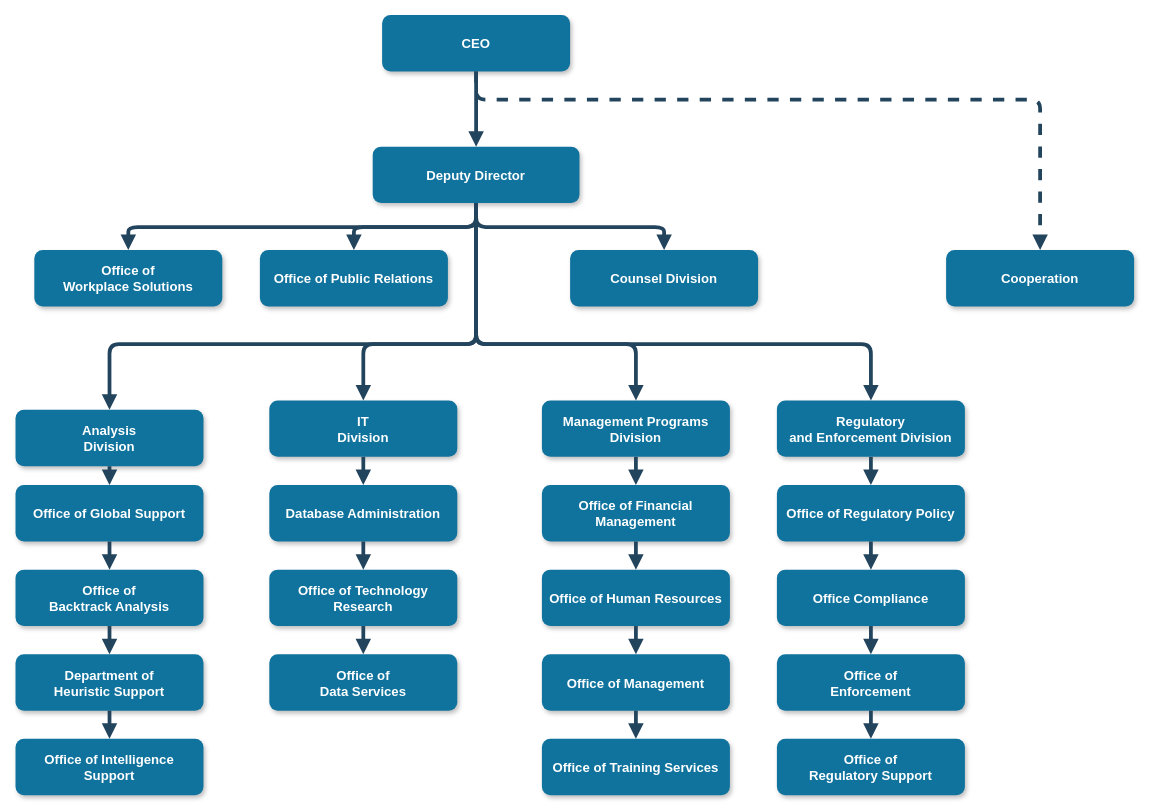
This is Diagrama sem nome.drawio from leitoraincomum/Repl.it, a draw.io file, before an edit. Source tidied: cells renumbered, new cells numbered last; positions are measured from the earlier drawing's top-left corner, leaving out a move shared by most shapes. Both pictures are drawn from the tidied source at 94%, with x=0, y=0 at pixel (15, 15).
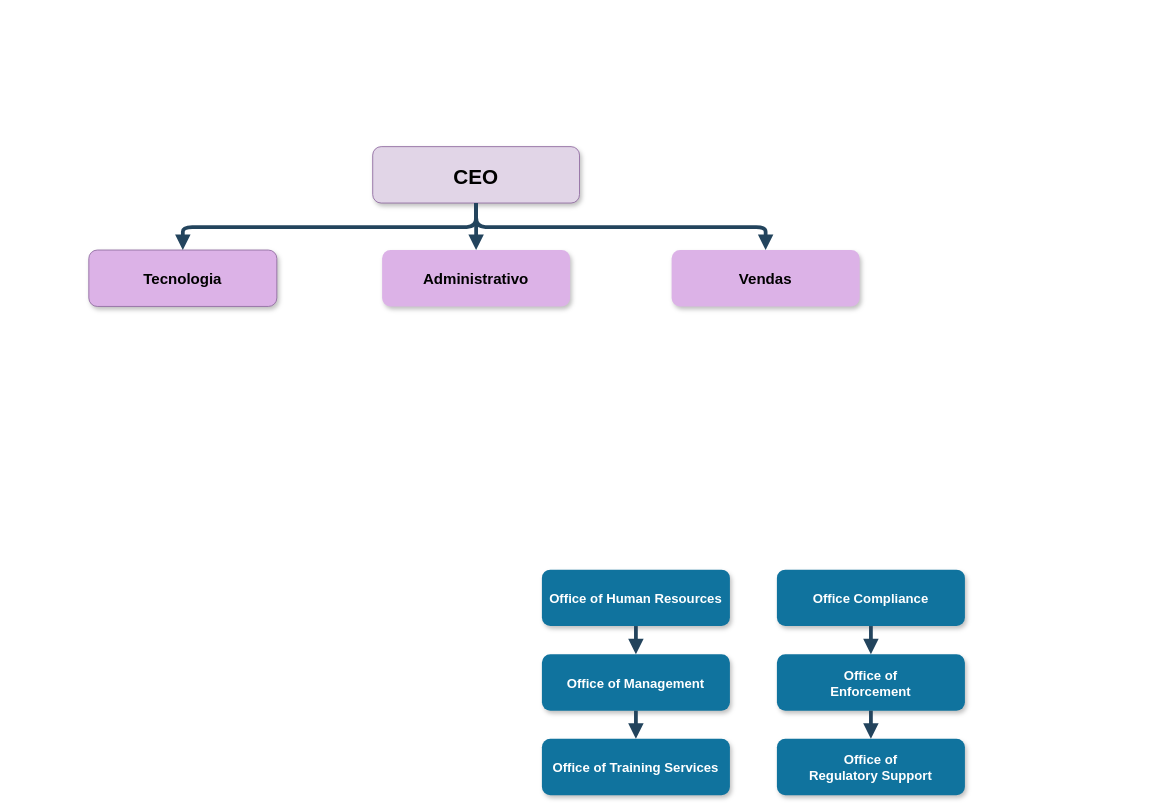
The same diagram, later.

The change refers to these unchanged cells:
```xml
<mxCell id="19" value="Office of Human Resources" style="rounded=1;fillColor=#10739E;strokeColor=none;shadow=1;gradientColor=none;fontStyle=1;fontColor=#FFFFFF;fontSize=14;" parent="1" vertex="1">
  <mxGeometry x="560" y="589.5" width="200" height="60" as="geometry" />
</mxCell>
<mxCell id="24" value="Office Compliance" style="rounded=1;fillColor=#10739E;strokeColor=none;shadow=1;gradientColor=none;fontStyle=1;fontColor=#FFFFFF;fontSize=14;" parent="1" vertex="1">
  <mxGeometry x="810" y="589.5" width="200" height="60" as="geometry" />
</mxCell>
```

What changed in the source:
```diff
@@
-    <mxCell id="2" value="CEO" style="rounded=1;fillColor=#10739E;strokeColor=none;shadow=1;gradientColor=none;fontStyle=1;fontColor=#FFFFFF;fontSize=14;" parent="1" vertex="1">
-      <mxGeometry x="390" y="-0.5" width="200" height="60" as="geometry" />
-    </mxCell>
-    <mxCell id="3" value="Deputy Director" style="rounded=1;fillColor=#10739E;strokeColor=none;shadow=1;gradientColor=none;fontStyle=1;fontColor=#FFFFFF;fontSize=14;" parent="1" vertex="1">
+    <mxCell id="3" value="CEO" style="rounded=1;fillColor=#e1d5e7;strokeColor=#9673a6;shadow=1;fontStyle=1;fontSize=22;verticalAlign=middle;" parent="1" vertex="1">
       <mxGeometry x="380" y="139.5" width="220" height="60" as="geometry" />
     </mxCell>
-    <mxCell id="4" value="Office of &#10;Workplace Solutions" style="rounded=1;fillColor=#10739E;strokeColor=none;shadow=1;gradientColor=none;fontStyle=1;fontColor=#FFFFFF;fontSize=14;" parent="1" vertex="1">
-      <mxGeometry x="20" y="249.5" width="200" height="60" as="geometry" />
+    <mxCell id="4" value="Tecnologia" style="rounded=1;fillColor=#DCB2E7;strokeColor=#9673a6;shadow=1;fontStyle=1;fontSize=16;" parent="1" vertex="1">
+      <mxGeometry x="78" y="249.5" width="200" height="60" as="geometry" />
     </mxCell>
-    <mxCell id="5" value="Office of Public Relations" style="rounded=1;fillColor=#10739E;strokeColor=none;shadow=1;gradientColor=none;fontStyle=1;fontColor=#FFFFFF;fontSize=14;" parent="1" vertex="1">
-      <mxGeometry x="260" y="249.5" width="200" height="60" as="geometry" />
+    <mxCell id="5" value="Administrativo" style="rounded=1;fillColor=#DCB2E7;strokeColor=none;shadow=1;gradientColor=none;fontStyle=1;fontColor=#000000;fontSize=16;" parent="1" vertex="1">
+      <mxGeometry x="390" y="249.5" width="200" height="60" as="geometry" />
     </mxCell>
-    <mxCell id="6" value="Counsel Division" style="rounded=1;fillColor=#10739E;strokeColor=none;shadow=1;gradientColor=none;fontStyle=1;fontColor=#FFFFFF;fontSize=14;" parent="1" vertex="1">
-      <mxGeometry x="590" y="249.5" width="200" height="60" as="geometry" />
+    <mxCell id="6" value="Vendas" style="rounded=1;fillColor=#DCB2E7;strokeColor=none;shadow=1;gradientColor=none;fontStyle=1;fontColor=#000000;fontSize=16;" parent="1" vertex="1">
+      <mxGeometry x="698" y="249.5" width="200" height="60" as="geometry" />
     </mxCell>
-    <mxCell id="7" value="Cooperation" style="rounded=1;fillColor=#10739E;strokeColor=none;shadow=1;gradientColor=none;fontStyle=1;fontColor=#FFFFFF;fontSize=14;" parent="1" vertex="1">
-      <mxGeometry x="990" y="249.5" width="200" height="60" as="geometry" />
-    </mxCell>
-    <mxCell id="8" value="Analysis &#10;Division" style="rounded=1;fillColor=#10739E;strokeColor=none;shadow=1;gradientColor=none;fontStyle=1;fontColor=#FFFFFF;fontSize=14;" parent="1" vertex="1">
-      <mxGeometry y="419.5" width="200" height="60" as="geometry" />
-    </mxCell>
-    <mxCell id="9" value="Office of Global Support" style="rounded=1;fillColor=#10739E;strokeColor=none;shadow=1;gradientColor=none;fontStyle=1;fontColor=#FFFFFF;fontSize=14;" parent="1" vertex="1">
-      <mxGeometry y="499.5" width="200" height="60" as="geometry" />
-    </mxCell>
-    <mxCell id="10" value="Office of &#10;Backtrack Analysis" style="rounded=1;fillColor=#10739E;strokeColor=none;shadow=1;gradientColor=none;fontStyle=1;fontColor=#FFFFFF;fontSize=14;" parent="1" vertex="1">
-      <mxGeometry y="589.5" width="200" height="60" as="geometry" />
-    </mxCell>
-    <mxCell id="11" value="Department of &#10;Heuristic Support" style="rounded=1;fillColor=#10739E;strokeColor=none;shadow=1;gradientColor=none;fontStyle=1;fontColor=#FFFFFF;fontSize=14;" parent="1" vertex="1">
-      <mxGeometry y="679.5" width="200" height="60" as="geometry" />
-    </mxCell>
-    <mxCell id="12" value="Office of Intelligence &#10;Support" style="rounded=1;fillColor=#10739E;strokeColor=none;shadow=1;gradientColor=none;fontStyle=1;fontColor=#FFFFFF;fontSize=14;" parent="1" vertex="1">
-      <mxGeometry y="769.5" width="200" height="60" as="geometry" />
-    </mxCell>
-    <mxCell id="13" value="IT&#10;Division" style="rounded=1;fillColor=#10739E;strokeColor=none;shadow=1;gradientColor=none;fontStyle=1;fontColor=#FFFFFF;fontSize=14;" parent="1" vertex="1">
-      <mxGeometry x="270" y="409.5" width="200" height="60" as="geometry" />
-    </mxCell>
-    <mxCell id="14" value="Database Administration" style="rounded=1;fillColor=#10739E;strokeColor=none;shadow=1;gradientColor=none;fontStyle=1;fontColor=#FFFFFF;fontSize=14;" parent="1" vertex="1">
-      <mxGeometry x="270" y="499.5" width="200" height="60" as="geometry" />
-    </mxCell>
-    <mxCell id="15" value="Office of Technology &#10;Research" style="rounded=1;fillColor=#10739E;strokeColor=none;shadow=1;gradientColor=none;fontStyle=1;fontColor=#FFFFFF;fontSize=14;" parent="1" vertex="1">
-      <mxGeometry x="270" y="589.5" width="200" height="60" as="geometry" />
-    </mxCell>
-    <mxCell id="16" value="Office of&#10;Data Services" style="rounded=1;fillColor=#10739E;strokeColor=none;shadow=1;gradientColor=none;fontStyle=1;fontColor=#FFFFFF;fontSize=14;" parent="1" vertex="1">
-      <mxGeometry x="270" y="679.5" width="200" height="60" as="geometry" />
-    </mxCell>
-    <mxCell id="17" value="Management Programs &#10;Division" style="rounded=1;fillColor=#10739E;strokeColor=none;shadow=1;gradientColor=none;fontStyle=1;fontColor=#FFFFFF;fontSize=14;" parent="1" vertex="1">
-      <mxGeometry x="560" y="409.5" width="200" height="60" as="geometry" />
-    </mxCell>
-    <mxCell id="18" value="Office of Financial &#10;Management" style="rounded=1;fillColor=#10739E;strokeColor=none;shadow=1;gradientColor=none;fontStyle=1;fontColor=#FFFFFF;fontSize=14;" parent="1" vertex="1">
-      <mxGeometry x="560" y="499.5" width="200" height="60" as="geometry" />
-    </mxCell>
@@
-    <mxCell id="22" value="Regulatory &#10;and Enforcement Division" style="rounded=1;fillColor=#10739E;strokeColor=none;shadow=1;gradientColor=none;fontStyle=1;fontColor=#FFFFFF;fontSize=14;" parent="1" vertex="1">
-      <mxGeometry x="810" y="409.5" width="200" height="60" as="geometry" />
-    </mxCell>
-    <mxCell id="23" value="Office of Regulatory Policy" style="rounded=1;fillColor=#10739E;strokeColor=none;shadow=1;gradientColor=none;fontStyle=1;fontColor=#FFFFFF;fontSize=14;" parent="1" vertex="1">
-      <mxGeometry x="810" y="499.5" width="200" height="60" as="geometry" />
-    </mxCell>
@@
-    <mxCell id="27" style="edgeStyle=elbowEdgeStyle;elbow=vertical;strokeWidth=4;endArrow=block;endFill=1;fontStyle=1;strokeColor=#23445D;" parent="1" edge="1" source="2" target="3">
-      <mxGeometry x="22" y="165.5" as="geometry" />
-    </mxCell>
@@
-    <mxCell id="31" style="edgeStyle=elbowEdgeStyle;elbow=vertical;strokeWidth=4;endArrow=block;endFill=1;fontStyle=1;dashed=1;strokeColor=#23445D;" parent="1" edge="1" source="2" target="7">
-      <mxGeometry x="22" y="165.5" as="geometry">
-        <Array as="points">
-          <mxPoint x="780" y="89.5" />
-        </Array>
-      </mxGeometry>
-    </mxCell>
-    <mxCell id="32" style="edgeStyle=elbowEdgeStyle;elbow=vertical;strokeWidth=4;endArrow=block;endFill=1;fontStyle=1;strokeColor=#23445D;" parent="1" edge="1" source="3" target="8">
-      <mxGeometry x="22" y="165.5" as="geometry">
-        <Array as="points">
-          <mxPoint x="270" y="349.5" />
-        </Array>
-      </mxGeometry>
-    </mxCell>
-    <mxCell id="33" style="edgeStyle=elbowEdgeStyle;elbow=vertical;strokeWidth=4;endArrow=block;endFill=1;fontStyle=1;strokeColor=#23445D;" parent="1" edge="1" source="3" target="22">
-      <mxGeometry x="22" y="165.5" as="geometry">
-        <Array as="points">
-          <mxPoint x="690" y="349.5" />
-        </Array>
-      </mxGeometry>
-    </mxCell>
-    <mxCell id="34" style="edgeStyle=elbowEdgeStyle;elbow=vertical;strokeWidth=4;endArrow=block;endFill=1;fontStyle=1;strokeColor=#23445D;" parent="1" edge="1" source="8" target="9">
-      <mxGeometry x="62" y="165.5" as="geometry" />
-    </mxCell>
-    <mxCell id="35" style="edgeStyle=elbowEdgeStyle;elbow=vertical;strokeWidth=4;endArrow=block;endFill=1;fontStyle=1;strokeColor=#23445D;" parent="1" edge="1" source="9" target="10">
-      <mxGeometry x="62" y="175.5" as="geometry" />
-    </mxCell>
-    <mxCell id="36" style="edgeStyle=elbowEdgeStyle;elbow=vertical;strokeWidth=4;endArrow=block;endFill=1;fontStyle=1;strokeColor=#23445D;" parent="1" edge="1" source="10" target="11">
-      <mxGeometry x="62" y="185.5" as="geometry" />
-    </mxCell>
-    <mxCell id="37" style="edgeStyle=elbowEdgeStyle;elbow=vertical;strokeWidth=4;endArrow=block;endFill=1;fontStyle=1;strokeColor=#23445D;" parent="1" edge="1" source="11" target="12">
-      <mxGeometry x="62" y="195.5" as="geometry" />
-    </mxCell>
-    <mxCell id="38" style="edgeStyle=elbowEdgeStyle;elbow=vertical;strokeWidth=4;endArrow=block;endFill=1;fontStyle=1;strokeColor=#23445D;" parent="1" edge="1" source="13" target="14">
-      <mxGeometry x="62" y="165.5" as="geometry" />
-    </mxCell>
-    <mxCell id="39" style="edgeStyle=elbowEdgeStyle;elbow=vertical;strokeWidth=4;endArrow=block;endFill=1;fontStyle=1;strokeColor=#23445D;" parent="1" edge="1" source="14" target="15">
-      <mxGeometry x="62" y="175.5" as="geometry" />
-    </mxCell>
-    <mxCell id="40" style="edgeStyle=elbowEdgeStyle;elbow=vertical;strokeWidth=4;endArrow=block;endFill=1;fontStyle=1;strokeColor=#23445D;" parent="1" edge="1" source="15" target="16">
-      <mxGeometry x="62" y="185.5" as="geometry" />
-    </mxCell>
-    <mxCell id="41" style="edgeStyle=elbowEdgeStyle;elbow=vertical;strokeWidth=4;endArrow=block;endFill=1;fontStyle=1;strokeColor=#23445D;" parent="1" edge="1" source="17" target="18">
-      <mxGeometry x="72" y="165.5" as="geometry" />
-    </mxCell>
-    <mxCell id="42" style="edgeStyle=elbowEdgeStyle;elbow=vertical;strokeWidth=4;endArrow=block;endFill=1;fontStyle=1;strokeColor=#23445D;" parent="1" edge="1" source="18" target="19">
-      <mxGeometry x="72" y="175.5" as="geometry" />
-    </mxCell>
@@
-    <mxCell id="45" style="edgeStyle=elbowEdgeStyle;elbow=vertical;strokeWidth=4;endArrow=block;endFill=1;fontStyle=1;strokeColor=#23445D;" parent="1" edge="1" source="22" target="23">
-      <mxGeometry x="72" y="165.5" as="geometry" />
-    </mxCell>
-    <mxCell id="46" style="edgeStyle=elbowEdgeStyle;elbow=vertical;strokeWidth=4;endArrow=block;endFill=1;fontStyle=1;strokeColor=#23445D;" parent="1" edge="1" source="23" target="24">
-      <mxGeometry x="72" y="175.5" as="geometry" />
-    </mxCell>
@@
-    <mxCell id="49" style="edgeStyle=elbowEdgeStyle;elbow=vertical;strokeWidth=4;endArrow=block;endFill=1;fontStyle=1;strokeColor=#23445D;" parent="1" edge="1" source="3" target="13">
-      <mxGeometry x="22" y="165.5" as="geometry">
-        <Array as="points">
-          <mxPoint x="370" y="349.5" />
-        </Array>
-      </mxGeometry>
-    </mxCell>
-    <mxCell id="50" style="edgeStyle=elbowEdgeStyle;elbow=vertical;strokeWidth=4;endArrow=block;endFill=1;fontStyle=1;strokeColor=#23445D;" parent="1" edge="1" source="3" target="17">
-      <mxGeometry x="22" y="165.5" as="geometry">
-        <Array as="points">
-          <mxPoint x="660" y="349.5" />
-        </Array>
-      </mxGeometry>
-    </mxCell>
```
